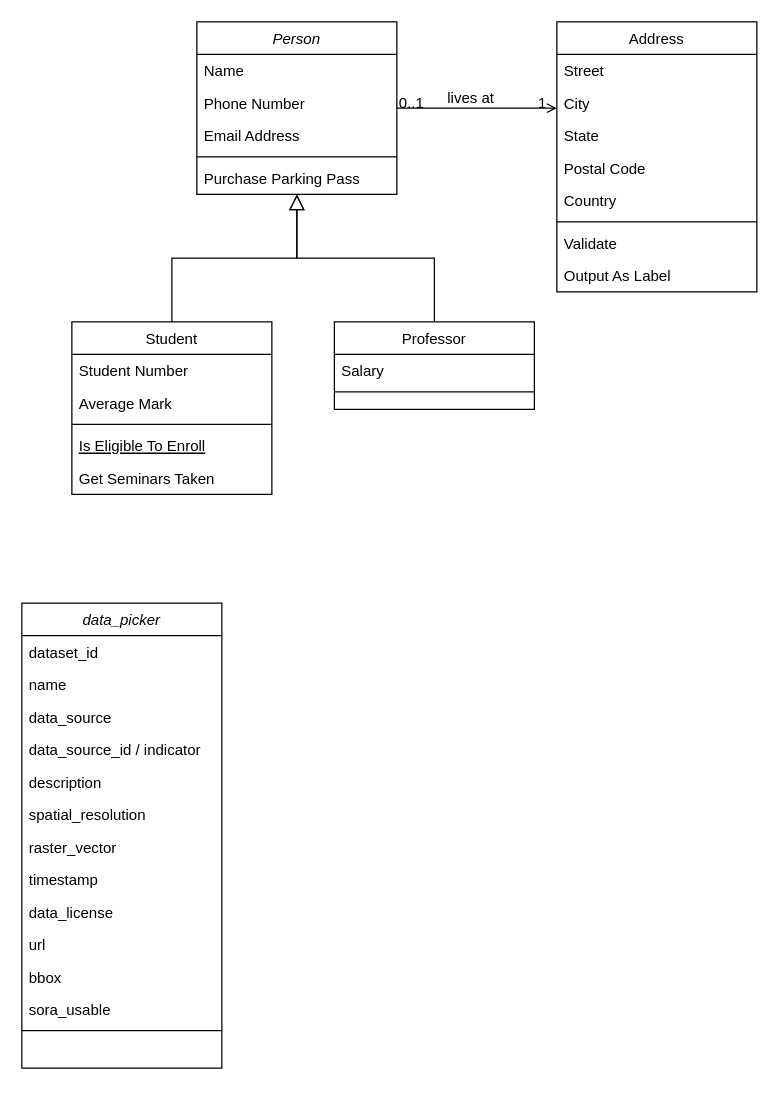
Earlier version of the draw.io diagram sora/data_model.drawio (traveller195/draw_io). Source tidied: cells renumbered, new cells numbered last; positions are measured from the earlier drawing's top-left corner, leaving out a move shared by most shapes. Both pictures are drawn from the tidied source at 125%, with x=0, y=0 at pixel (21, 21).
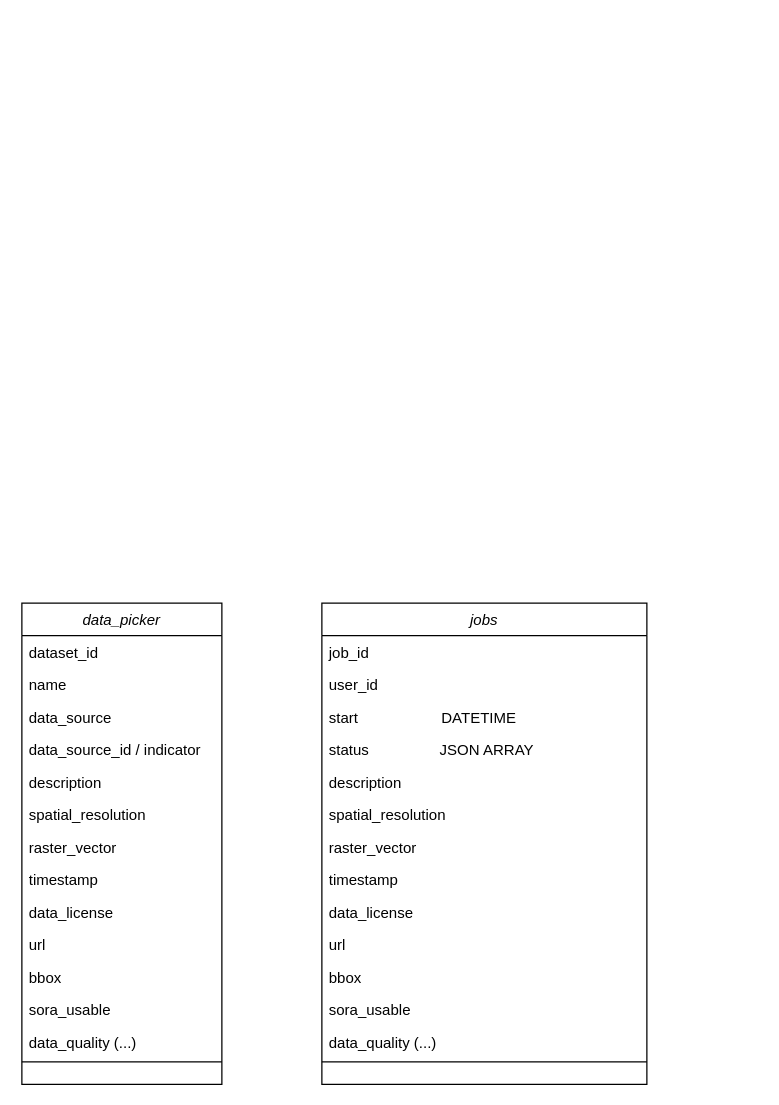
After the change.

Diff of the diagram source:
```diff
@@
-    <mxCell id="2" value="Person" style="swimlane;fontStyle=2;align=center;verticalAlign=top;horizontal=1;startSize=26;rounded=0;shadow=0;strokeWidth=1;" parent="1" vertex="1">
-      <mxGeometry x="140" width="160" height="138" as="geometry" />
-    </mxCell>
-    <mxCell id="3" value="Name" style="text;align=left;verticalAlign=top;spacingLeft=4;spacingRight=4;overflow=hidden;" parent="2" vertex="1">
-      <mxGeometry y="26" width="160" height="26" as="geometry" />
-    </mxCell>
-    <mxCell id="4" value="Phone Number" style="text;align=left;verticalAlign=top;spacingLeft=4;spacingRight=4;overflow=hidden;rounded=0;shadow=0;html=0;" parent="2" vertex="1">
-      <mxGeometry y="52" width="160" height="26" as="geometry" />
-    </mxCell>
-    <mxCell id="5" value="Email Address" style="text;align=left;verticalAlign=top;spacingLeft=4;spacingRight=4;overflow=hidden;rounded=0;shadow=0;html=0;" parent="2" vertex="1">
-      <mxGeometry y="78" width="160" height="26" as="geometry" />
-    </mxCell>
-    <mxCell id="6" style="line;html=1;strokeWidth=1;align=left;verticalAlign=middle;spacingTop=-1;spacingLeft=3;spacingRight=3;labelPosition=right;" parent="2" vertex="1">
-      <mxGeometry y="104" width="160" height="8" as="geometry" />
-    </mxCell>
-    <mxCell id="7" value="Purchase Parking Pass" style="text;align=left;verticalAlign=top;spacingLeft=4;spacingRight=4;overflow=hidden;" parent="2" vertex="1">
-      <mxGeometry y="112" width="160" height="26" as="geometry" />
-    </mxCell>
-    <mxCell id="8" value="Student" style="swimlane;fontStyle=0;align=center;verticalAlign=top;horizontal=1;startSize=26;rounded=0;shadow=0;strokeWidth=1;" parent="1" vertex="1">
-      <mxGeometry x="40" y="240" width="160" height="138" as="geometry" />
-    </mxCell>
-    <mxCell id="9" value="Student Number" style="text;align=left;verticalAlign=top;spacingLeft=4;spacingRight=4;overflow=hidden;" parent="8" vertex="1">
-      <mxGeometry y="26" width="160" height="26" as="geometry" />
-    </mxCell>
-    <mxCell id="10" value="Average Mark" style="text;align=left;verticalAlign=top;spacingLeft=4;spacingRight=4;overflow=hidden;rounded=0;shadow=0;html=0;" parent="8" vertex="1">
-      <mxGeometry y="52" width="160" height="26" as="geometry" />
-    </mxCell>
-    <mxCell id="11" style="line;html=1;strokeWidth=1;align=left;verticalAlign=middle;spacingTop=-1;spacingLeft=3;spacingRight=3;labelPosition=right;" parent="8" vertex="1">
-      <mxGeometry y="78" width="160" height="8" as="geometry" />
-    </mxCell>
-    <mxCell id="12" value="Is Eligible To Enroll" style="text;align=left;verticalAlign=top;spacingLeft=4;spacingRight=4;overflow=hidden;fontStyle=4;" parent="8" vertex="1">
-      <mxGeometry y="86" width="160" height="26" as="geometry" />
-    </mxCell>
-    <mxCell id="13" value="Get Seminars Taken" style="text;align=left;verticalAlign=top;spacingLeft=4;spacingRight=4;overflow=hidden;" parent="8" vertex="1">
-      <mxGeometry y="112" width="160" height="26" as="geometry" />
-    </mxCell>
-    <mxCell id="14" style="endArrow=block;endSize=10;endFill=0;shadow=0;strokeWidth=1;rounded=0;edgeStyle=elbowEdgeStyle;elbow=vertical;" parent="1" edge="1" source="8" target="2">
-      <mxGeometry relative="1" as="geometry" />
-    </mxCell>
-    <mxCell id="15" value="Professor" style="swimlane;fontStyle=0;align=center;verticalAlign=top;horizontal=1;startSize=26;rounded=0;shadow=0;strokeWidth=1;" parent="1" vertex="1">
-      <mxGeometry x="250" y="240" width="160" height="70" as="geometry" />
-    </mxCell>
-    <mxCell id="16" value="Salary" style="text;align=left;verticalAlign=top;spacingLeft=4;spacingRight=4;overflow=hidden;" parent="15" vertex="1">
-      <mxGeometry y="26" width="160" height="26" as="geometry" />
-    </mxCell>
-    <mxCell id="17" style="line;html=1;strokeWidth=1;align=left;verticalAlign=middle;spacingTop=-1;spacingLeft=3;spacingRight=3;labelPosition=right;" parent="15" vertex="1">
-      <mxGeometry y="52" width="160" height="8" as="geometry" />
-    </mxCell>
-    <mxCell id="18" style="endArrow=block;endSize=10;endFill=0;shadow=0;strokeWidth=1;rounded=0;edgeStyle=elbowEdgeStyle;elbow=vertical;" parent="1" edge="1" source="15" target="2">
-      <mxGeometry relative="1" as="geometry" />
-    </mxCell>
-    <mxCell id="19" value="Address" style="swimlane;fontStyle=0;align=center;verticalAlign=top;horizontal=1;startSize=26;rounded=0;shadow=0;strokeWidth=1;" parent="1" vertex="1">
-      <mxGeometry x="428" width="160" height="216" as="geometry" />
-    </mxCell>
-    <mxCell id="20" value="Street" style="text;align=left;verticalAlign=top;spacingLeft=4;spacingRight=4;overflow=hidden;" parent="19" vertex="1">
-      <mxGeometry y="26" width="160" height="26" as="geometry" />
-    </mxCell>
-    <mxCell id="21" value="City" style="text;align=left;verticalAlign=top;spacingLeft=4;spacingRight=4;overflow=hidden;rounded=0;shadow=0;html=0;" parent="19" vertex="1">
-      <mxGeometry y="52" width="160" height="26" as="geometry" />
-    </mxCell>
-    <mxCell id="22" value="State" style="text;align=left;verticalAlign=top;spacingLeft=4;spacingRight=4;overflow=hidden;rounded=0;shadow=0;html=0;" parent="19" vertex="1">
-      <mxGeometry y="78" width="160" height="26" as="geometry" />
-    </mxCell>
-    <mxCell id="23" value="Postal Code" style="text;align=left;verticalAlign=top;spacingLeft=4;spacingRight=4;overflow=hidden;rounded=0;shadow=0;html=0;" parent="19" vertex="1">
-      <mxGeometry y="104" width="160" height="26" as="geometry" />
-    </mxCell>
-    <mxCell id="24" value="Country" style="text;align=left;verticalAlign=top;spacingLeft=4;spacingRight=4;overflow=hidden;rounded=0;shadow=0;html=0;" parent="19" vertex="1">
-      <mxGeometry y="130" width="160" height="26" as="geometry" />
-    </mxCell>
-    <mxCell id="25" style="line;html=1;strokeWidth=1;align=left;verticalAlign=middle;spacingTop=-1;spacingLeft=3;spacingRight=3;labelPosition=right;" parent="19" vertex="1">
-      <mxGeometry y="156" width="160" height="8" as="geometry" />
-    </mxCell>
-    <mxCell id="26" value="Validate" style="text;align=left;verticalAlign=top;spacingLeft=4;spacingRight=4;overflow=hidden;" parent="19" vertex="1">
-      <mxGeometry y="164" width="160" height="26" as="geometry" />
-    </mxCell>
-    <mxCell id="27" value="Output As Label" style="text;align=left;verticalAlign=top;spacingLeft=4;spacingRight=4;overflow=hidden;" parent="19" vertex="1">
-      <mxGeometry y="190" width="160" height="26" as="geometry" />
-    </mxCell>
-    <mxCell id="28" style="endArrow=open;shadow=0;strokeWidth=1;rounded=0;endFill=1;edgeStyle=elbowEdgeStyle;elbow=vertical;" parent="1" edge="1" source="2" target="19">
-      <mxGeometry x="0.5" y="41" relative="1" as="geometry">
-        <mxPoint x="-40" y="32" as="offset" />
-      </mxGeometry>
-    </mxCell>
-    <mxCell id="29" value="0..1" style="align=left;verticalAlign=bottom;labelBackgroundColor=none;fontSize=12;" parent="28" vertex="1">
-      <mxGeometry x="-1" relative="1" as="geometry">
-        <mxPoint y="4" as="offset" />
-      </mxGeometry>
-    </mxCell>
-    <mxCell id="30" value="1" style="align=right;verticalAlign=bottom;labelBackgroundColor=none;fontSize=12;" parent="28" vertex="1">
-      <mxGeometry x="1" relative="1" as="geometry">
-        <mxPoint x="-7" y="4" as="offset" />
-      </mxGeometry>
-    </mxCell>
-    <mxCell id="31" value="lives at" style="text;html=1;align=center;verticalAlign=middle;labelBackgroundColor=none;rounded=0;shadow=0;strokeWidth=1;fontSize=12;" parent="28" vertex="1">
-      <mxGeometry x="0.5" y="49" relative="1" as="geometry">
-        <mxPoint x="-38" y="40" as="offset" />
-      </mxGeometry>
-    </mxCell>
     <mxCell id="32" value="data_picker" style="swimlane;fontStyle=2;align=center;verticalAlign=top;horizontal=1;startSize=26;rounded=0;shadow=0;strokeWidth=1;" parent="1" vertex="1">
-      <mxGeometry y="465" width="160" height="372" as="geometry" />
+      <mxGeometry y="465" width="160" height="385" as="geometry" />
     </mxCell>
@@
+    <mxCell id="46" value="data_quality (...)" style="text;align=left;verticalAlign=top;spacingLeft=4;spacingRight=4;overflow=hidden;rounded=0;shadow=0;html=0;" parent="32" vertex="1">
+      <mxGeometry y="338" width="160" height="26" as="geometry" />
+    </mxCell>
     <mxCell id="45" style="line;html=1;strokeWidth=1;align=left;verticalAlign=middle;spacingTop=-1;spacingLeft=3;spacingRight=3;labelPosition=right;" parent="32" vertex="1">
-      <mxGeometry y="338" width="160" height="8" as="geometry" />
+      <mxGeometry y="364" width="160" height="6" as="geometry" />
     </mxCell>
+    <mxCell id="47" value="jobs" style="swimlane;fontStyle=2;align=center;verticalAlign=top;horizontal=1;startSize=26;rounded=0;shadow=0;strokeWidth=1;" parent="1" vertex="1">
+      <mxGeometry x="240" y="465" width="260" height="385" as="geometry" />
+    </mxCell>
+    <mxCell id="48" value="job_id" style="text;align=left;verticalAlign=top;spacingLeft=4;spacingRight=4;overflow=hidden;" parent="47" vertex="1">
+      <mxGeometry y="26" width="260" height="26" as="geometry" />
+    </mxCell>
+    <mxCell id="49" value="user_id" style="text;align=left;verticalAlign=top;spacingLeft=4;spacingRight=4;overflow=hidden;rounded=0;shadow=0;html=0;" parent="47" vertex="1">
+      <mxGeometry y="52" width="260" height="26" as="geometry" />
+    </mxCell>
+    <mxCell id="50" value="start                    DATETIME" style="text;align=left;verticalAlign=top;spacingLeft=4;spacingRight=4;overflow=hidden;rounded=0;shadow=0;html=0;" parent="47" vertex="1">
+      <mxGeometry y="78" width="260" height="26" as="geometry" />
+    </mxCell>
+    <mxCell id="51" value="status                 JSON ARRAY" style="text;align=left;verticalAlign=top;spacingLeft=4;spacingRight=4;overflow=hidden;rounded=0;shadow=0;html=0;" parent="47" vertex="1">
+      <mxGeometry y="104" width="260" height="26" as="geometry" />
+    </mxCell>
+    <mxCell id="52" value="description" style="text;align=left;verticalAlign=top;spacingLeft=4;spacingRight=4;overflow=hidden;rounded=0;shadow=0;html=0;" parent="47" vertex="1">
+      <mxGeometry y="130" width="260" height="26" as="geometry" />
+    </mxCell>
+    <mxCell id="53" value="spatial_resolution" style="text;align=left;verticalAlign=top;spacingLeft=4;spacingRight=4;overflow=hidden;rounded=0;shadow=0;html=0;" parent="47" vertex="1">
+      <mxGeometry y="156" width="260" height="26" as="geometry" />
+    </mxCell>
+    <mxCell id="54" value="raster_vector" style="text;align=left;verticalAlign=top;spacingLeft=4;spacingRight=4;overflow=hidden;rounded=0;shadow=0;html=0;" parent="47" vertex="1">
+      <mxGeometry y="182" width="260" height="26" as="geometry" />
+    </mxCell>
+    <mxCell id="55" value="timestamp" style="text;align=left;verticalAlign=top;spacingLeft=4;spacingRight=4;overflow=hidden;rounded=0;shadow=0;html=0;" parent="47" vertex="1">
+      <mxGeometry y="208" width="260" height="26" as="geometry" />
+    </mxCell>
+    <mxCell id="56" value="data_license" style="text;align=left;verticalAlign=top;spacingLeft=4;spacingRight=4;overflow=hidden;rounded=0;shadow=0;html=0;" parent="47" vertex="1">
+      <mxGeometry y="234" width="260" height="26" as="geometry" />
+    </mxCell>
+    <mxCell id="57" value="url" style="text;align=left;verticalAlign=top;spacingLeft=4;spacingRight=4;overflow=hidden;rounded=0;shadow=0;html=0;" parent="47" vertex="1">
+      <mxGeometry y="260" width="260" height="26" as="geometry" />
+    </mxCell>
+    <mxCell id="58" value="bbox" style="text;align=left;verticalAlign=top;spacingLeft=4;spacingRight=4;overflow=hidden;rounded=0;shadow=0;html=0;" parent="47" vertex="1">
+      <mxGeometry y="286" width="260" height="26" as="geometry" />
+    </mxCell>
+    <mxCell id="59" value="sora_usable" style="text;align=left;verticalAlign=top;spacingLeft=4;spacingRight=4;overflow=hidden;rounded=0;shadow=0;html=0;" parent="47" vertex="1">
+      <mxGeometry y="312" width="260" height="26" as="geometry" />
+    </mxCell>
+    <mxCell id="60" value="data_quality (...)" style="text;align=left;verticalAlign=top;spacingLeft=4;spacingRight=4;overflow=hidden;rounded=0;shadow=0;html=0;" parent="47" vertex="1">
+      <mxGeometry y="338" width="260" height="26" as="geometry" />
+    </mxCell>
+    <mxCell id="61" style="line;html=1;strokeWidth=1;align=left;verticalAlign=middle;spacingTop=-1;spacingLeft=3;spacingRight=3;labelPosition=right;" parent="47" vertex="1">
+      <mxGeometry y="364" width="260" height="6" as="geometry" />
+    </mxCell>
```
